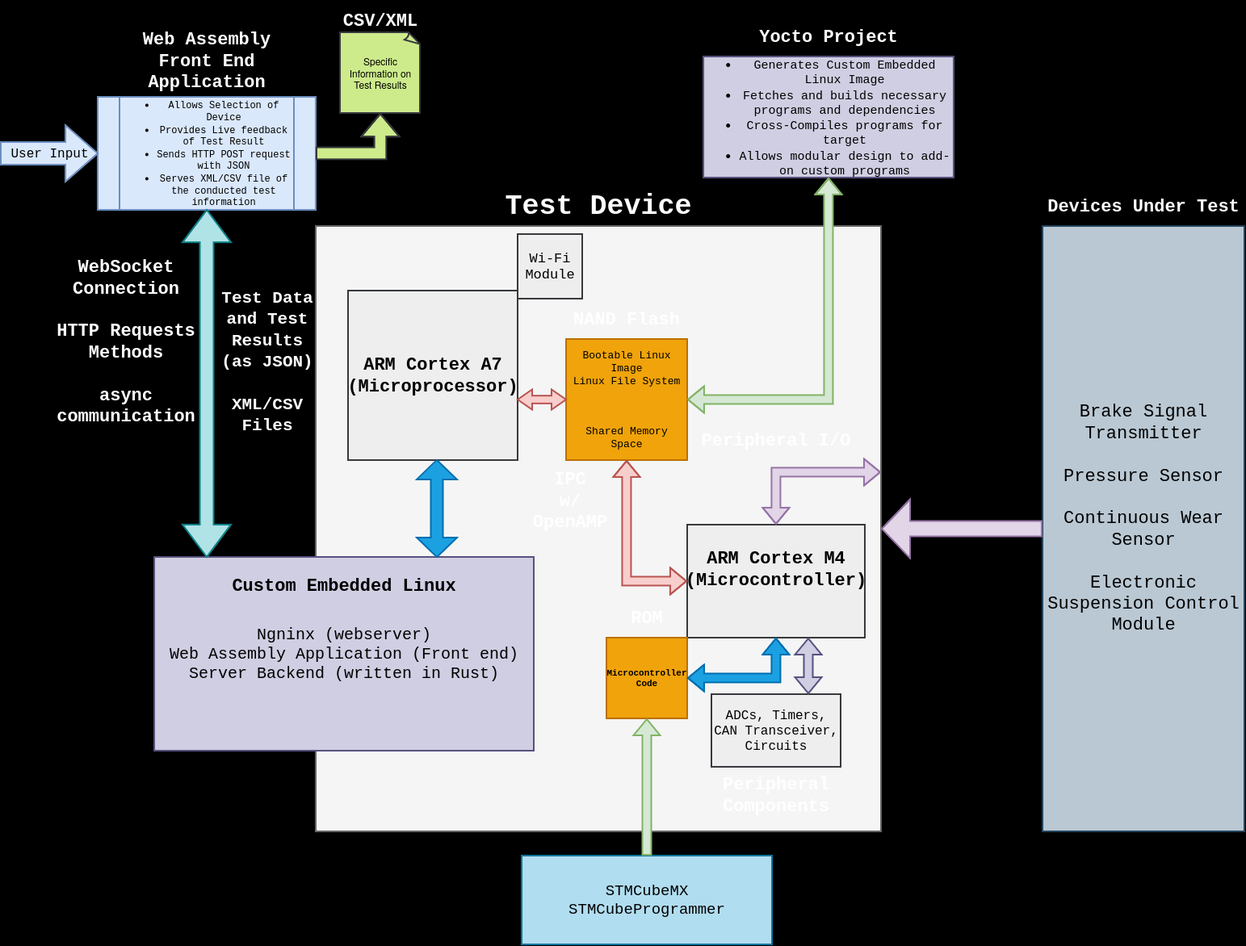
Earlier version of the draw.io export September06/block_diagram.drawio.png (DMGDy/ECE4820-Presentation). Source tidied: cells renumbered, new cells last; positions are measured from the earlier drawing's top-left corner, leaving out a move shared by most shapes.
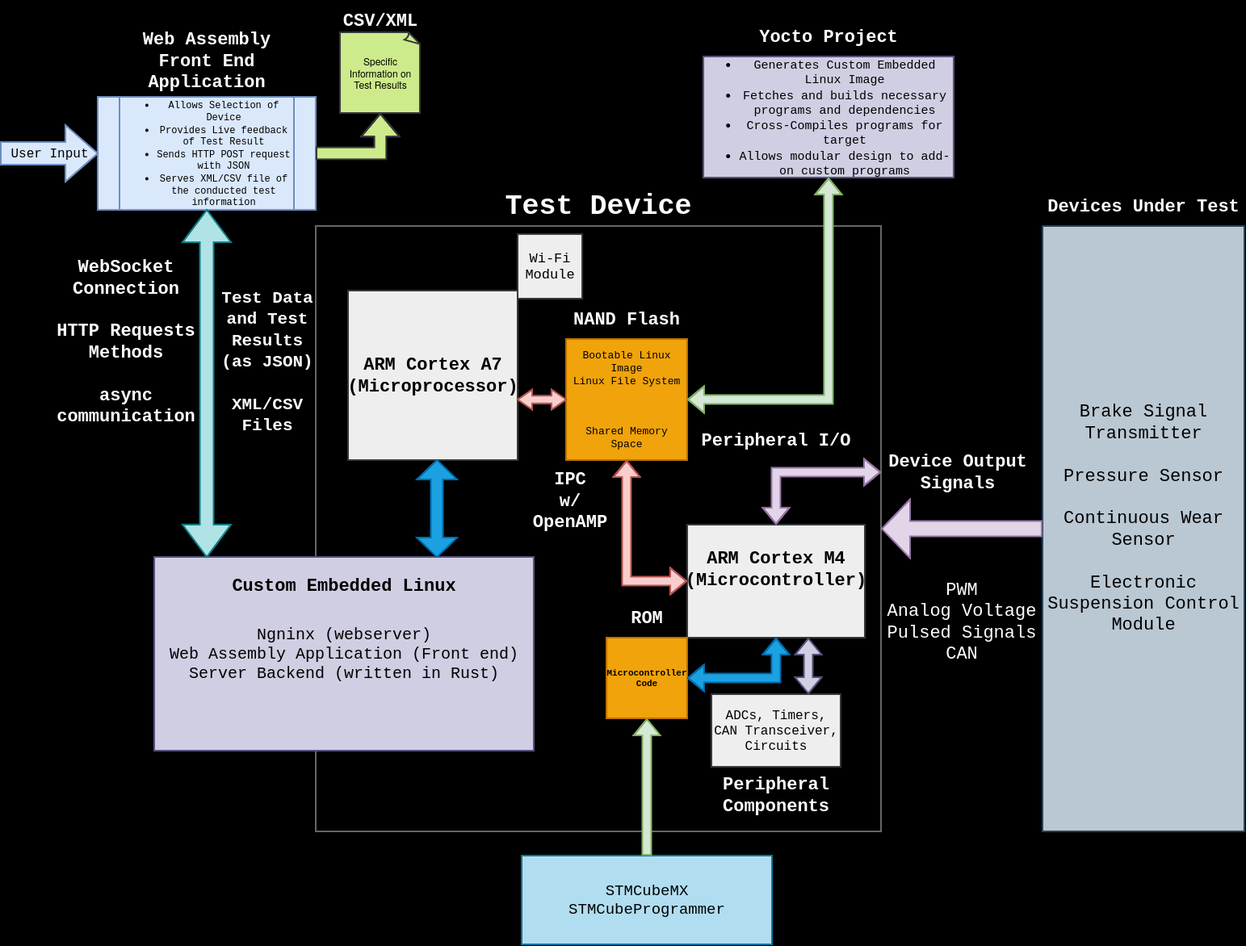
After the change.

Change to the diagram source:
```diff
@@ -11,13 +11,13 @@
     <mxCell id="4" value="Brake Signal Transmitter&lt;br style=&quot;font-size: 22px;&quot;&gt;&lt;br style=&quot;font-size: 22px;&quot;&gt;Pressure Sensor&lt;br style=&quot;font-size: 22px;&quot;&gt;&lt;br style=&quot;font-size: 22px;&quot;&gt;Continuous Wear Sensor&lt;br style=&quot;font-size: 22px;&quot;&gt;&lt;br style=&quot;font-size: 22px;&quot;&gt;Electronic Suspension Control Module&lt;div style=&quot;font-size: 22px;&quot;&gt;&lt;br style=&quot;font-size: 22px;&quot;&gt;&lt;/div&gt;" style="text;html=1;align=center;verticalAlign=middle;whiteSpace=wrap;rounded=0;fontFamily=Courier New;fontSize=22;labelBackgroundColor=none;strokeWidth=2;strokeColor=#23445d;fillColor=#bac8d3;fontColor=#000000;" parent="1" vertex="1">
       <mxGeometry x="1290" y="280" width="250" height="750" as="geometry" />
     </mxCell>
-    <mxCell id="5" style="rounded=0;whiteSpace=wrap;html=1;labelBackgroundColor=none;strokeWidth=2;fillColor=#f5f5f5;strokeColor=#666666;gradientColor=none;" parent="1" vertex="1">
+    <mxCell id="5" style="rounded=0;whiteSpace=wrap;html=1;labelBackgroundColor=none;strokeWidth=2;fillColor=#000000;strokeColor=#666666;gradientColor=none;" parent="1" vertex="1">
       <mxGeometry x="390" y="280" width="700" height="750" as="geometry" />
     </mxCell>
-    <mxCell id="6" value="Device Output Signals" style="text;html=1;align=center;verticalAlign=middle;whiteSpace=wrap;rounded=0;fontFamily=Courier New;fontSize=22;fontStyle=1;labelBackgroundColor=none;strokeWidth=2;fontColor=#000000;" parent="1" vertex="1">
+    <mxCell id="6" value="Device Output Signals" style="text;html=1;align=center;verticalAlign=middle;whiteSpace=wrap;rounded=0;fontFamily=Courier New;fontSize=22;fontStyle=1;labelBackgroundColor=none;strokeWidth=2;fontColor=#FFFFFF;" parent="1" vertex="1">
       <mxGeometry x="1090" y="560" width="190" height="50" as="geometry" />
     </mxCell>
-    <mxCell id="7" value="PWM&lt;br&gt;Analog Voltage&lt;br&gt;Pulsed Signals&lt;br&gt;CAN" style="text;html=1;align=center;verticalAlign=middle;whiteSpace=wrap;rounded=0;fontFamily=Courier New;fontSize=22;labelBackgroundColor=none;strokeWidth=2;fontColor=#000000;" parent="1" vertex="1">
+    <mxCell id="7" value="PWM&lt;br&gt;Analog Voltage&lt;br&gt;Pulsed Signals&lt;br&gt;CAN" style="text;html=1;align=center;verticalAlign=middle;whiteSpace=wrap;rounded=0;fontFamily=Courier New;fontSize=22;labelBackgroundColor=none;strokeWidth=2;fontColor=#FFFFFF;" parent="1" vertex="1">
       <mxGeometry x="1090" y="680" width="200" height="180" as="geometry" />
     </mxCell>
     <mxCell id="8" value="Test Device" style="text;html=1;align=center;verticalAlign=middle;whiteSpace=wrap;rounded=0;fontFamily=Courier New;fontSize=35;fontStyle=1;labelBackgroundColor=none;strokeWidth=2;fontColor=#ffffff;" parent="1" vertex="1">
```
